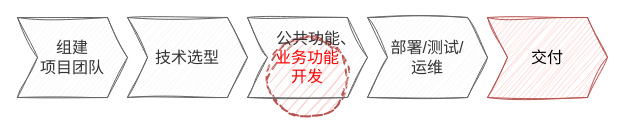
tangyaosimida/love keeps this draw.io diagram as 低代码——软件开发过程.drawio. Above is the earlier version. Source tidied: cells renumbered, new cells numbered last; positions are measured from the earlier drawing's top-left corner, leaving out a move shared by most shapes. Both pictures are drawn from the tidied source at 100%, with x=0, y=0 at pixel (17, 17).
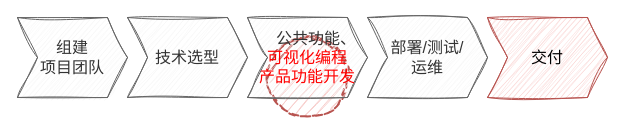
The same page after the edit.

Commit message:
更新低代码——软件开发过程.drawio

The edit, as a diff of the source:
```diff
@@
 <mxGraphModel>
   <root>
     <mxCell id="0" />
     <mxCell id="1" parent="0" />
     <mxCell id="2" style="ellipse;whiteSpace=wrap;html=1;dashed=1;strokeWidth=2;strokeColor=#b85450;fillColor=#f8cecc;sketch=1;curveFitting=1;jiggle=2;" parent="1" vertex="1">
       <mxGeometry x="250" y="20" width="80" height="80" as="geometry" />
     </mxCell>
     <mxCell id="3" value="组建&lt;div&gt;项目团队&lt;/div&gt;" style="shape=step;perimeter=stepPerimeter;whiteSpace=wrap;html=1;fixedSize=1;fontSize=16;fillColor=#f5f5f5;strokeColor=#666666;sketch=1;curveFitting=1;jiggle=2;fontColor=#333333;" parent="1" vertex="1">
       <mxGeometry width="110" height="80" as="geometry" />
     </mxCell>
     <mxCell id="4" value="技术选型" style="shape=step;perimeter=stepPerimeter;whiteSpace=wrap;html=1;fixedSize=1;fontSize=16;fillColor=#f5f5f5;strokeColor=#666666;sketch=1;curveFitting=1;jiggle=2;fontColor=#333333;" parent="1" vertex="1">
       <mxGeometry x="110" width="120" height="80" as="geometry" />
     </mxCell>
-    <mxCell id="5" value="&amp;nbsp; &amp;nbsp; 公共功能、&lt;div&gt;&lt;font color=&quot;#ff0000&quot;&gt;业务功能&lt;/font&gt;&lt;/div&gt;&lt;div&gt;&lt;font color=&quot;#ff0000&quot;&gt;开发&lt;/font&gt;&lt;/div&gt;" style="shape=step;perimeter=stepPerimeter;whiteSpace=wrap;html=1;fixedSize=1;fontSize=16;fillColor=#f5f5f5;strokeColor=#666666;sketch=1;curveFitting=1;jiggle=2;fontColor=#333333;" parent="1" vertex="1">
+    <mxCell id="5" value="&amp;nbsp; &amp;nbsp; 公共功能、&lt;div&gt;&lt;font color=&quot;#ff0000&quot;&gt;可视化编程&lt;/font&gt;&lt;/div&gt;&lt;div&gt;&lt;font color=&quot;#ff0000&quot;&gt;产品功能&lt;/font&gt;&lt;span style=&quot;color: rgb(255, 0, 0); background-color: initial;&quot;&gt;开发&lt;/span&gt;&lt;/div&gt;" style="shape=step;perimeter=stepPerimeter;whiteSpace=wrap;html=1;fixedSize=1;fontSize=16;fillColor=#f5f5f5;strokeColor=#666666;sketch=1;curveFitting=1;jiggle=2;fontColor=#333333;" parent="1" vertex="1">
       <mxGeometry x="230" width="120" height="80" as="geometry" />
     </mxCell>
     <mxCell id="6" value="交付" style="shape=step;perimeter=stepPerimeter;whiteSpace=wrap;html=1;fixedSize=1;fontSize=16;fillColor=#f8cecc;strokeColor=#b85450;sketch=1;curveFitting=1;jiggle=2;" parent="1" vertex="1">
       <mxGeometry x="470" width="120" height="80" as="geometry" />
     </mxCell>
     <mxCell id="7" value="部署/测试/&lt;div&gt;运维&lt;/div&gt;" style="shape=step;perimeter=stepPerimeter;whiteSpace=wrap;html=1;fixedSize=1;fontSize=16;fillColor=#f5f5f5;strokeColor=#666666;sketch=1;curveFitting=1;jiggle=2;fontColor=#333333;" parent="1" vertex="1">
       <mxGeometry x="350" width="120" height="80" as="geometry" />
     </mxCell>
   </root>
 </mxGraphModel>
```
